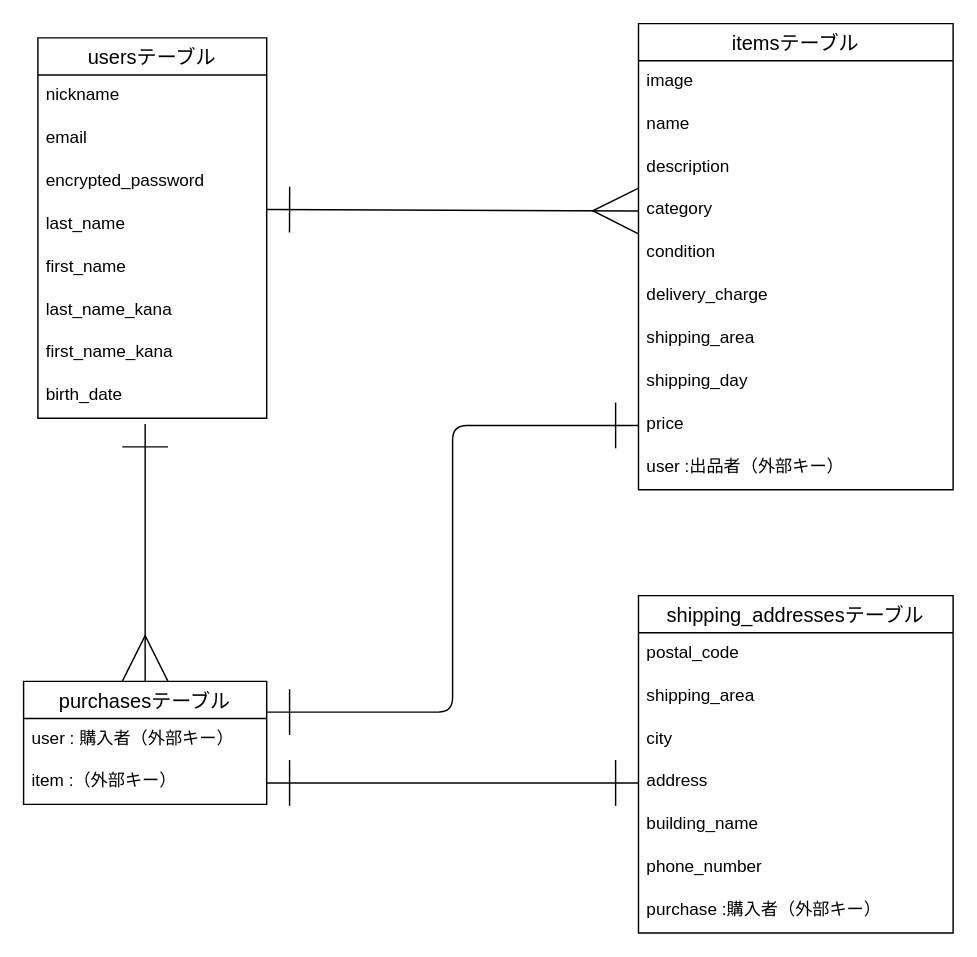
This is E_R.dio from peppei20240408/furima-40840, a draw.io file, before an edit. Source tidied: cells renumbered, new cells numbered last; positions are measured from the earlier drawing's top-left corner, leaving out a move shared by most shapes. Both pictures are drawn from the tidied source at 143%, with x=0, y=0 at pixel (23, 23).
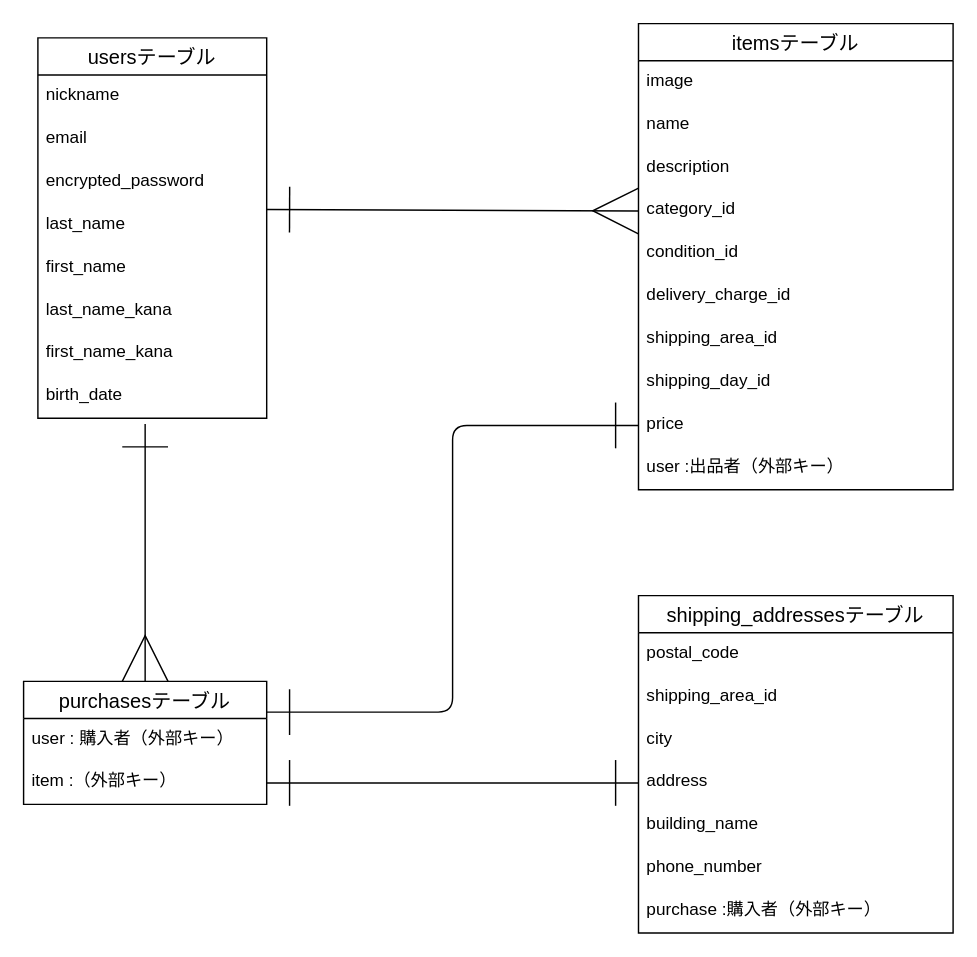
The same page after the edit.

Commit message (it also covers changes not shown here):
レビュアー指摘内容の修正2.1

Unchanged cells that the change refers to:
```xml
<mxCell id="11" value="itemsテーブル" style="swimlane;fontStyle=0;horizontal=1;startSize=26;align=center;fontSize=14;" parent="1" vertex="1">
  <mxGeometry x="430" width="220" height="326" as="geometry" />
</mxCell>
<mxCell id="26" value="shipping_addressesテーブル" style="swimlane;fontStyle=0;horizontal=1;startSize=26;align=center;fontSize=14;" parent="1" vertex="1">
  <mxGeometry x="430" y="400" width="220" height="236" as="geometry" />
</mxCell>
```

Diff of the diagram source:
```diff
@@
-    <mxCell id="15" value="category" style="text;strokeColor=none;fillColor=none;spacingLeft=4;spacingRight=4;overflow=hidden;points=[[0,0.5],[1,0.5]];portConstraint=eastwest;fontSize=12;" parent="11" vertex="1">
+    <mxCell id="15" value="category_id" style="text;strokeColor=none;fillColor=none;spacingLeft=4;spacingRight=4;overflow=hidden;points=[[0,0.5],[1,0.5]];portConstraint=eastwest;fontSize=12;" parent="11" vertex="1">
       <mxGeometry y="116" width="220" height="30" as="geometry" />
     </mxCell>
-    <mxCell id="16" value="condition" style="text;strokeColor=none;fillColor=none;spacingLeft=4;spacingRight=4;overflow=hidden;fontSize=12;" parent="11" vertex="1">
+    <mxCell id="16" value="condition_id" style="text;strokeColor=none;fillColor=none;spacingLeft=4;spacingRight=4;overflow=hidden;fontSize=12;" parent="11" vertex="1">
       <mxGeometry y="146" width="220" height="30" as="geometry" />
     </mxCell>
-    <mxCell id="17" value="delivery_charge" style="text;strokeColor=none;fillColor=none;spacingLeft=4;spacingRight=4;overflow=hidden;fontSize=12;" parent="11" vertex="1">
+    <mxCell id="17" value="delivery_charge_id" style="text;strokeColor=none;fillColor=none;spacingLeft=4;spacingRight=4;overflow=hidden;fontSize=12;" parent="11" vertex="1">
       <mxGeometry y="176" width="220" height="30" as="geometry" />
     </mxCell>
-    <mxCell id="18" value="shipping_area" style="text;strokeColor=none;fillColor=none;spacingLeft=4;spacingRight=4;overflow=hidden;fontSize=12;" parent="11" vertex="1">
+    <mxCell id="18" value="shipping_area_id" style="text;strokeColor=none;fillColor=none;spacingLeft=4;spacingRight=4;overflow=hidden;fontSize=12;" parent="11" vertex="1">
       <mxGeometry y="206" width="220" height="30" as="geometry" />
     </mxCell>
-    <mxCell id="19" value="shipping_day" style="text;strokeColor=none;fillColor=none;spacingLeft=4;spacingRight=4;overflow=hidden;fontSize=12;" parent="11" vertex="1">
+    <mxCell id="19" value="shipping_day_id" style="text;strokeColor=none;fillColor=none;spacingLeft=4;spacingRight=4;overflow=hidden;fontSize=12;" parent="11" vertex="1">
       <mxGeometry y="236" width="220" height="30" as="geometry" />
     </mxCell>
@@
-    <mxCell id="28" value="shipping_area" style="text;strokeColor=none;fillColor=none;spacingLeft=4;spacingRight=4;overflow=hidden;fontSize=12;" parent="26" vertex="1">
+    <mxCell id="28" value="shipping_area_id" style="text;strokeColor=none;fillColor=none;spacingLeft=4;spacingRight=4;overflow=hidden;fontSize=12;" parent="26" vertex="1">
       <mxGeometry y="56" width="220" height="30" as="geometry" />
     </mxCell>
```
